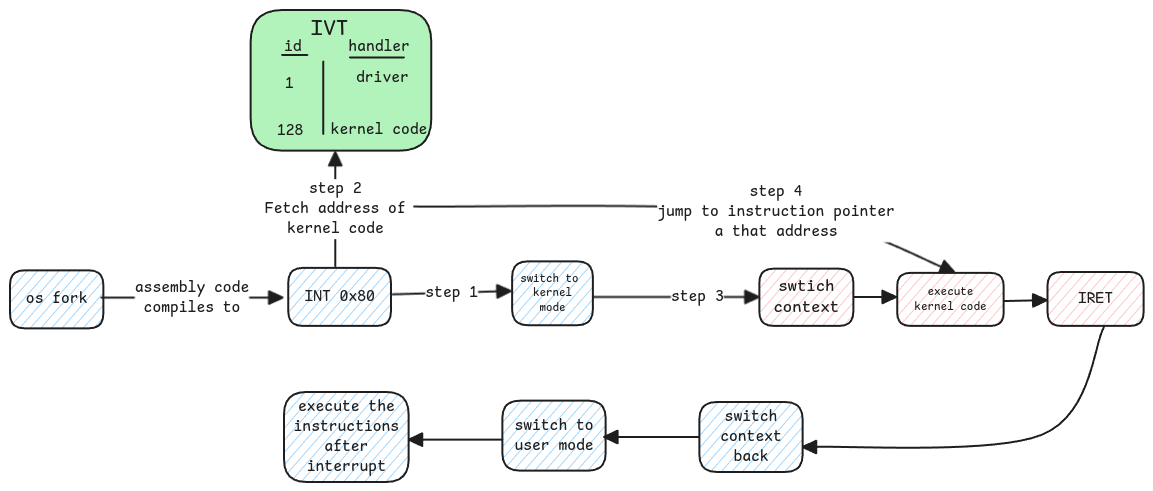
Before: static/img/software-interrupt-handler.excalidraw.png, a diagram exported from Excalidraw (swaroopar/inprogress-engineer). Source tidied: one line per element, renumbered; positions are measured from the earlier drawing's top-left corner, leaving out a move shared by most shapes.
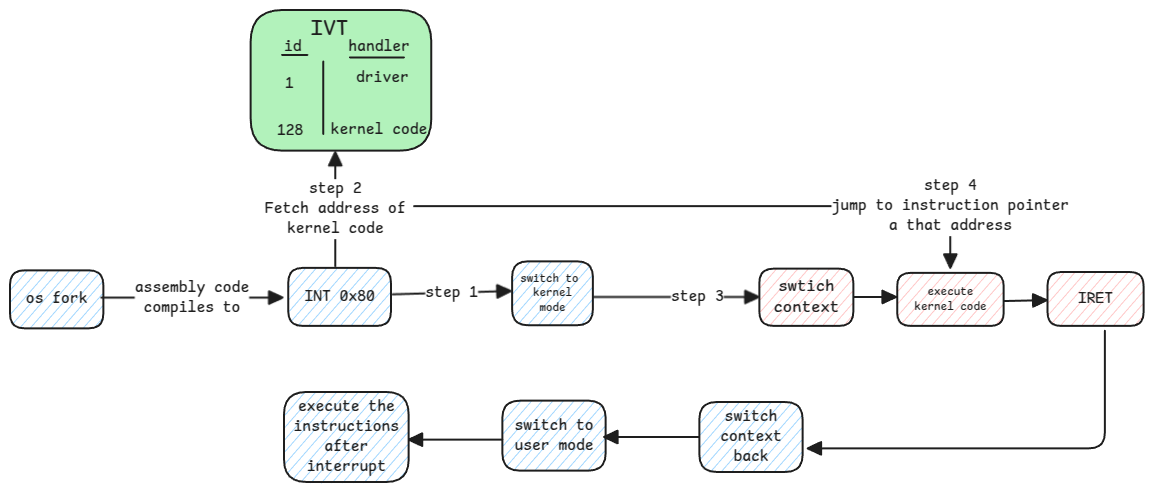
The same diagram one commit later.

What changed in the source:
```diff
@@ -15,7 +15,7 @@
 {"id": 14, "type": "text", "text": "step 2\nFetch address of\nkernel code", "strokeColor": "#1e1e1e", "strokeWidth": 2, "roughness": 1, "fontSize": 16, "fontFamily": 8, "textAlign": "center", "verticalAlign": "middle", "inside": 13, "x": 255, "y": 169, "width": 141, "height": 60}
 {"id": 15, "type": "rectangle", "strokeColor": "#1e1e1e", "backgroundColor": "#ffc9c9", "fillStyle": "hachure", "strokeWidth": 2, "roughness": 0, "round": true, "x": 887, "y": 263, "width": 106, "height": 53}
 {"id": 16, "type": "text", "text": "execute\nkernel code", "strokeColor": "#1e1e1e", "strokeWidth": 2, "roughness": 1, "fontSize": 11.95, "fontFamily": 8, "textAlign": "center", "verticalAlign": "middle", "inside": 15, "x": 904, "y": 274, "width": 72, "height": 30}
-{"id": 17, "type": "arrow", "strokeColor": "#1e1e1e", "strokeWidth": 2, "roughness": 0, "endArrowhead": "triangle", "round": true, "to": 15, "x": 404, "y": 196, "width": 540, "height": 65, "points": [[0, 0], [362, 6], [540, 65]]}
+{"id": 17, "type": "arrow", "strokeColor": "#1e1e1e", "strokeWidth": 2, "roughness": 0, "endArrowhead": "triangle", "to": 15, "x": 404, "y": 196, "width": 536, "height": 62, "points": [[0, 0], [536, 0], [536, 62]]}
 {"id": 18, "type": "text", "text": "step 4\njump to instruction pointer\na that address", "strokeColor": "#1e1e1e", "strokeWidth": 2, "roughness": 1, "fontSize": 16, "fontFamily": 8, "textAlign": "center", "verticalAlign": "middle", "inside": 17, "x": 647, "y": 172, "width": 238, "height": 60}
 {"id": 19, "type": "text", "text": "1", "strokeColor": "#1e1e1e", "strokeWidth": 2, "roughness": 0, "fontSize": 16, "fontFamily": 8, "x": 275, "y": 64, "width": 9, "height": 20}
 {"id": 20, "type": "text", "text": "driver", "strokeColor": "#1e1e1e", "strokeWidth": 2, "roughness": 0, "fontSize": 16, "fontFamily": 8, "x": 346, "y": 58, "width": 53, "height": 20}
@@ -39,6 +39,6 @@
 {"id": 38, "type": "rectangle", "strokeColor": "#1e1e1e", "backgroundColor": "#a5d8ff", "fillStyle": "hachure", "strokeWidth": 2, "roughness": 0, "round": true, "x": 274, "y": 382, "width": 125, "height": 90}
 {"id": 39, "type": "text", "text": "execute the\ninstructions\nafter\ninterrupt", "strokeColor": "#1e1e1e", "strokeWidth": 2, "roughness": 1, "fontSize": 16, "fontFamily": 8, "textAlign": "center", "verticalAlign": "middle", "inside": 38, "x": 284, "y": 387, "width": 106, "height": 80}
 {"id": 40, "type": "arrow", "strokeColor": "#1e1e1e", "strokeWidth": 2, "roughness": 0, "endArrowhead": "triangle", "round": true, "x": 843, "y": 287, "width": 43, "height": 0, "points": [[0, 0], [43, 0]]}
-{"id": 41, "type": "arrow", "strokeColor": "#1e1e1e", "strokeWidth": 2, "roughness": 0, "endArrowhead": "triangle", "round": true, "from": 28, "to": 34, "x": 1094, "y": 317, "width": 301, "height": 120, "points": [[0, 0], [-63, 108], [-301, 120]]}
+{"id": 41, "type": "arrow", "strokeColor": "#1e1e1e", "strokeWidth": 2, "roughness": 0, "endArrowhead": "triangle", "from": 28, "to": 34, "x": 1095, "y": 321, "width": 297, "height": 118, "points": [[0, 0], [0, 118], [-297, 118]]}
 {"id": 42, "type": "arrow", "strokeColor": "#1e1e1e", "strokeWidth": 2, "roughness": 0, "endArrowhead": "triangle", "round": true, "x": 689, "y": 427, "width": 95, "height": 0, "points": [[0, 0], [-95, 0]]}
 {"id": 43, "type": "arrow", "strokeColor": "#1e1e1e", "strokeWidth": 2, "roughness": 0, "endArrowhead": "triangle", "round": true, "x": 493, "y": 430, "width": 94, "height": 0, "points": [[0, 0], [-94, 0]]}
```
